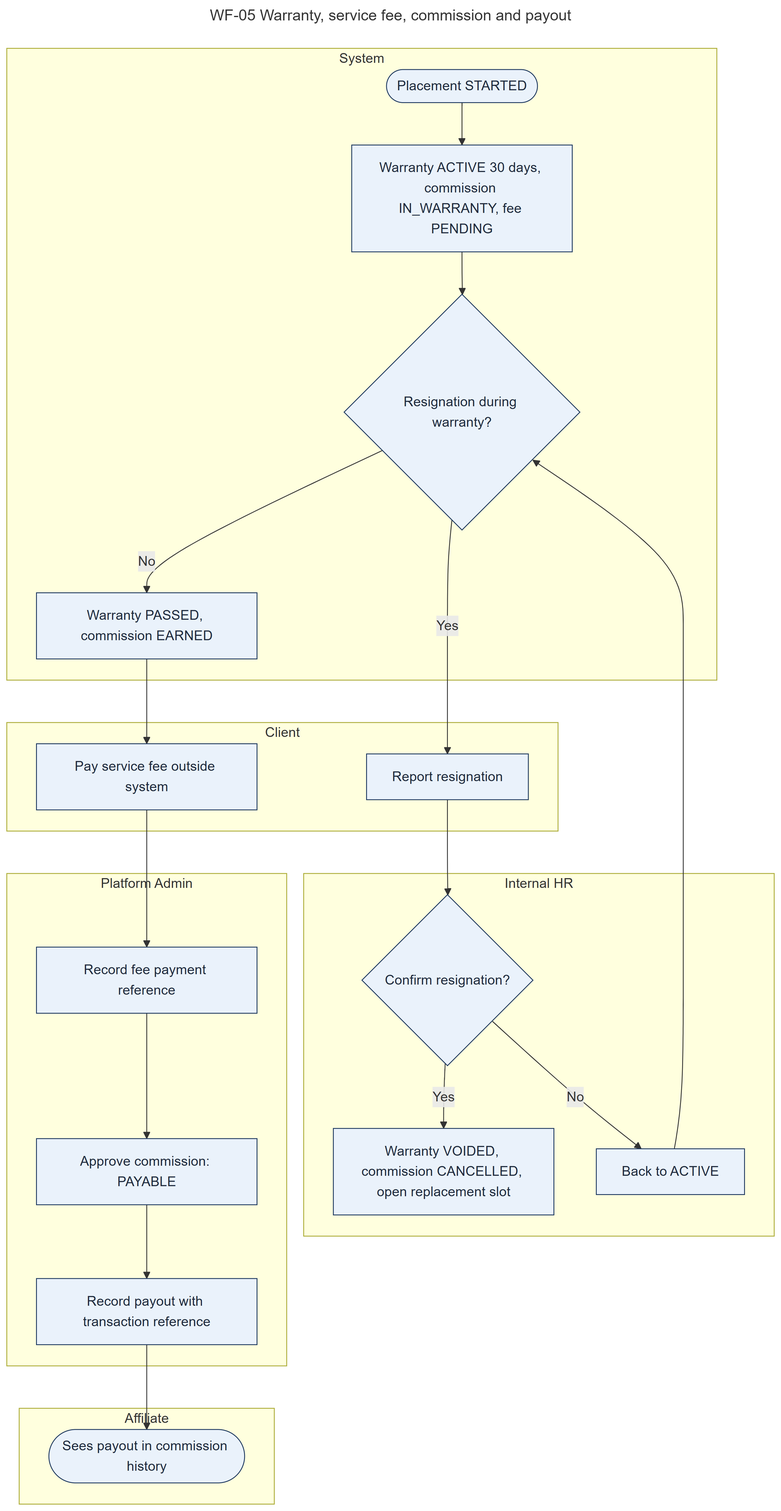
The Mermaid diagram docs/diagrams/workflows/rendered/wf-mf05-warranty-commission.png in hoangqui794/hr-connect, before a commit. Its source is kept beside it as docs/diagrams/workflows/source/wf-mf05-warranty-commission.mmd.
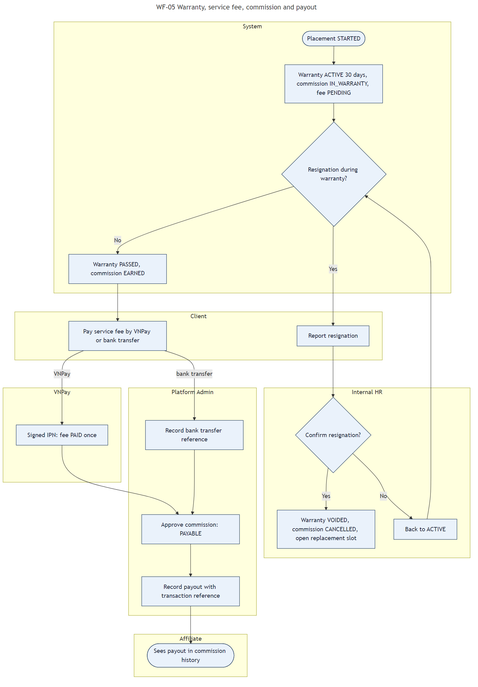
The same file after the commit.

Commit message:
docs(diagrams): add VNPay to the architecture and MF-05 diagrams

What changed in the source:
```diff
@@ -5,36 +5,41 @@
   subgraph L0["System"]
     direction TB
     S1([Placement STARTED]) --> S2[Warranty ACTIVE 30 days, commission IN_WARRANTY, fee PENDING]
-    S3{Resignation during warranty?}
+    S2 --> S3{Resignation during warranty?}
     S3 -- No --> S4[Warranty PASSED, commission EARNED]
   end
   subgraph L1["Client"]
     direction TB
-    C1[Report resignation]
-    C2[Pay service fee outside system]
+    C1[Pay service fee by VNPay or bank transfer]
+    C2[Report resignation]
   end
-  subgraph L2["Internal HR"]
+  subgraph L2["VNPay"]
+    direction TB
+    V1[Signed IPN: fee PAID once]
+  end
+  subgraph L3["Platform Admin"]
+    direction TB
+    A1[Record bank transfer reference]
+    A2[Approve commission: PAYABLE]
+    A3[Record payout with transaction reference]
+  end
+  subgraph L4["Internal HR"]
     direction TB
     H1{Confirm resignation?}
     H1 -- Yes --> H2[Warranty VOIDED, commission CANCELLED, open replacement slot]
     H1 -- No --> H3[Back to ACTIVE]
   end
-  subgraph L3["Platform Admin"]
-    direction TB
-    A1[Record fee payment reference]
-    A2[Approve commission: PAYABLE]
-    A3[Record payout with transaction reference]
-  end
-  subgraph L4["Affiliate"]
+  subgraph L5["Affiliate"]
     direction TB
     F1([Sees payout in commission history])
   end
-  S2 --> S3
-  S3 -- Yes --> C1
-  C1 --> H1
+  S3 -- Yes --> C2
+  C2 --> H1
   H3 --> S3
-  S4 --> C2
-  C2 --> A1
+  S4 --> C1
+  C1 -- VNPay --> V1
+  C1 -- bank transfer --> A1
+  V1 --> A2
   A1 --> A2
   A2 --> A3
   A3 --> F1
```
